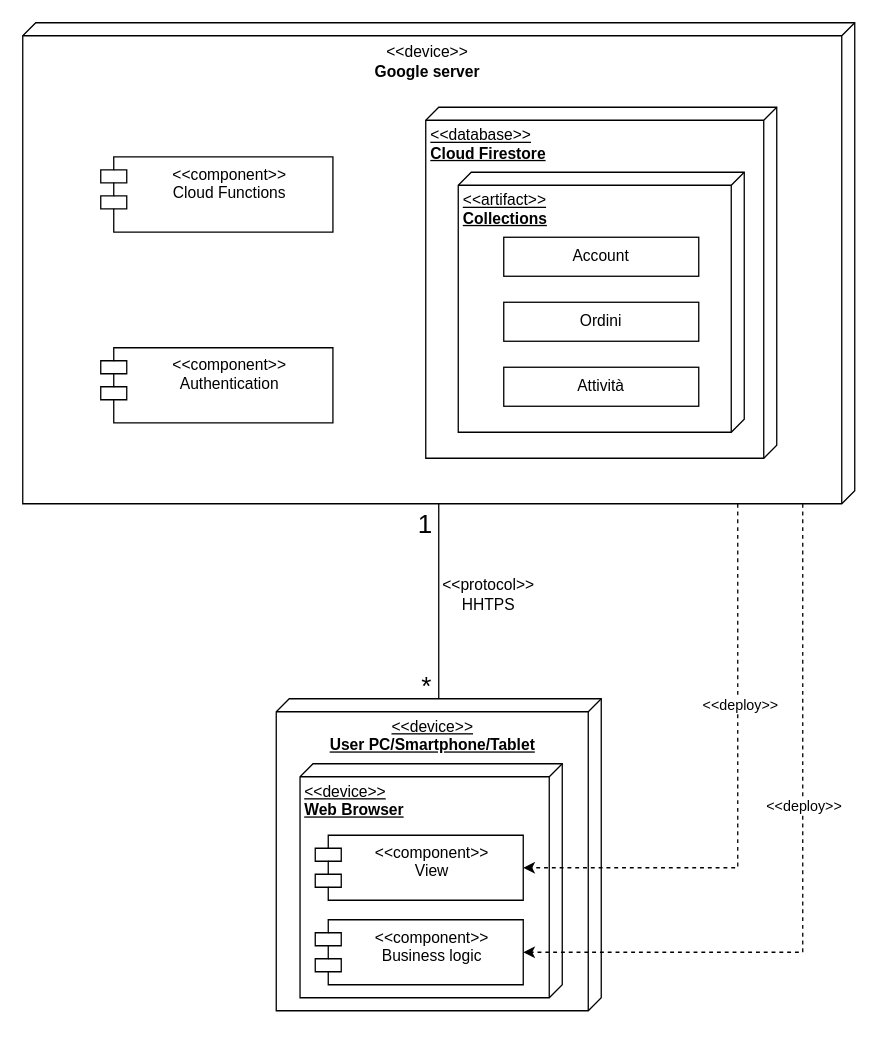
Above: page "Prova" (3 of 3) of progettazione/deployment.drawio in Marco-Burattoni/Progetto-ids (draw.io), before the change. Source tidied: cells renumbered, new cells numbered last; positions are measured from the earlier drawing's top-left corner, leaving out a move shared by most shapes. Both pictures are drawn from the tidied source at 130%, with x=0, y=0 at pixel (22, 22).
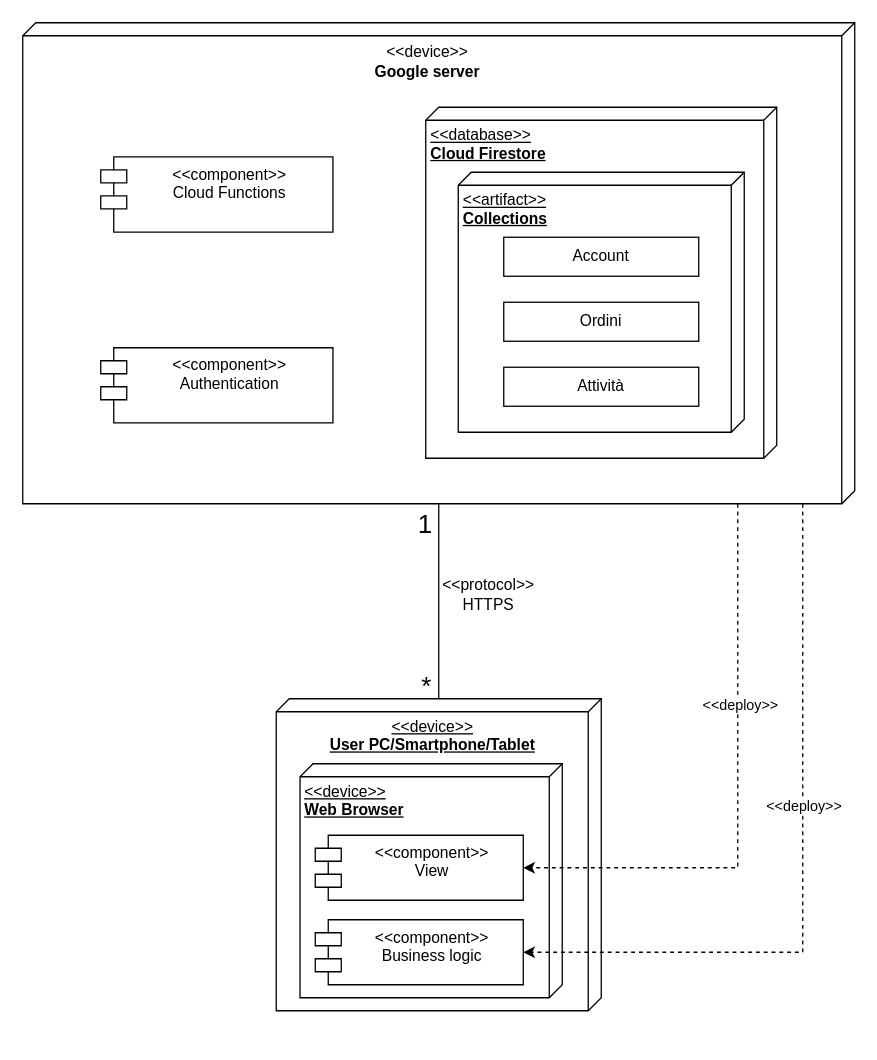
After the change.

The change refers to these unchanged cells:
```xml
<mxCell id="7" style="group;" parent="1" vertex="1">
  <mxGeometry width="640" height="460" as="geometry" />
</mxCell>
```

The edit, as a diff of the source:
```diff
@@
-    <mxCell id="19" value="&amp;lt;&amp;lt;protocol&amp;gt;&amp;gt;&lt;br&gt;HHTPS" style="text;html=1;align=center;verticalAlign=middle;strokeColor=none;fillColor=none;" parent="7" vertex="1">
+    <mxCell id="19" value="&amp;lt;&amp;lt;protocol&amp;gt;&amp;gt;&lt;br&gt;HTTPS" style="text;html=1;align=center;verticalAlign=middle;strokeColor=none;fillColor=none;" parent="7" vertex="1">
       <mxGeometry x="313" y="420" width="90" height="40" as="geometry" />
     </mxCell>
```
